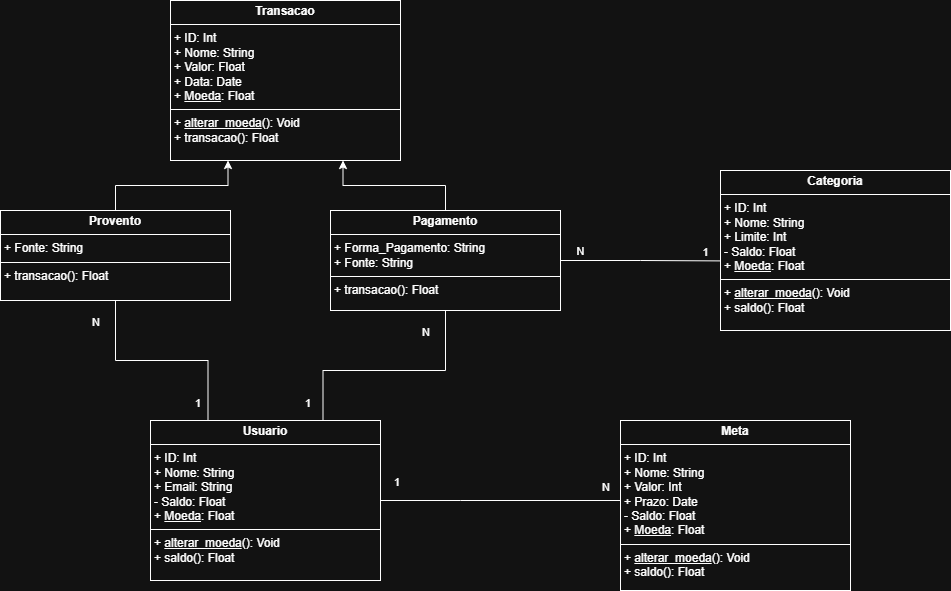
Lucas-Aguiar-Nunes/FinTrack keeps this draw.io diagram as UML.png. Above is the earlier version. Source tidied: cells renumbered, new cells last; positions are measured from the earlier drawing's top-left corner, leaving out a move shared by most shapes.
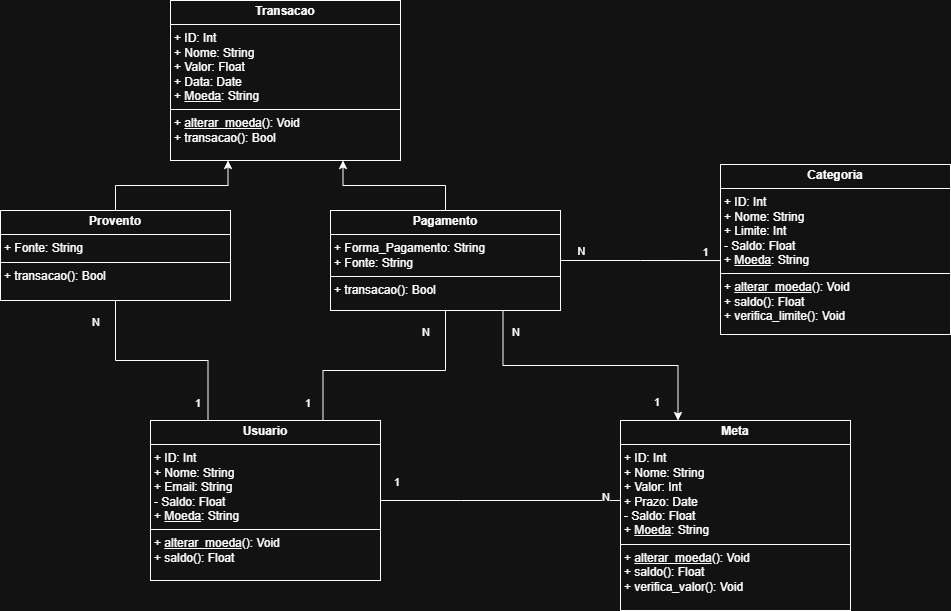
The same diagram one commit later.

Diff of the diagram source:
```diff
@@ -2,25 +2,28 @@
   <root>
     <mxCell id="0" />
     <mxCell id="1" parent="0" />
-    <mxCell id="2" value="&lt;p style=&quot;margin:0px;margin-top:4px;text-align:center;&quot;&gt;&lt;b&gt;Usuario&lt;/b&gt;&lt;/p&gt;&lt;hr size=&quot;1&quot; style=&quot;border-style:solid;&quot;&gt;&lt;p style=&quot;margin:0px;margin-left:4px;&quot;&gt;+ ID: Int&lt;/p&gt;&lt;p style=&quot;margin:0px;margin-left:4px;&quot;&gt;+ Nome: String&lt;/p&gt;&lt;p style=&quot;margin:0px;margin-left:4px;&quot;&gt;&lt;span style=&quot;background-color: transparent; color: light-dark(rgb(0, 0, 0), rgb(255, 255, 255));&quot;&gt;+ Email: String&lt;/span&gt;&lt;/p&gt;&lt;p style=&quot;margin:0px;margin-left:4px;&quot;&gt;- Saldo: Float&lt;/p&gt;&lt;p style=&quot;margin:0px;margin-left:4px;&quot;&gt;+ &lt;u&gt;Moeda&lt;/u&gt;: Float&lt;/p&gt;&lt;hr size=&quot;1&quot; style=&quot;border-style:solid;&quot;&gt;&lt;p style=&quot;margin:0px;margin-left:4px;&quot;&gt;+ &lt;u&gt;alterar_moeda&lt;/u&gt;(): Void&lt;/p&gt;&lt;p style=&quot;margin:0px;margin-left:4px;&quot;&gt;+ saldo(): Float&lt;/p&gt;" style="verticalAlign=top;align=left;overflow=fill;html=1;whiteSpace=wrap;" parent="1" vertex="1">
+    <mxCell id="2" value="&lt;p style=&quot;margin:0px;margin-top:4px;text-align:center;&quot;&gt;&lt;b&gt;Usuario&lt;/b&gt;&lt;/p&gt;&lt;hr size=&quot;1&quot; style=&quot;border-style:solid;&quot;&gt;&lt;p style=&quot;margin:0px;margin-left:4px;&quot;&gt;+ ID: Int&lt;/p&gt;&lt;p style=&quot;margin:0px;margin-left:4px;&quot;&gt;+ Nome: String&lt;/p&gt;&lt;p style=&quot;margin:0px;margin-left:4px;&quot;&gt;&lt;span style=&quot;background-color: transparent; color: light-dark(rgb(0, 0, 0), rgb(255, 255, 255));&quot;&gt;+ Email: String&lt;/span&gt;&lt;/p&gt;&lt;p style=&quot;margin:0px;margin-left:4px;&quot;&gt;- Saldo: Float&lt;/p&gt;&lt;p style=&quot;margin:0px;margin-left:4px;&quot;&gt;+ &lt;u&gt;Moeda&lt;/u&gt;: String&lt;/p&gt;&lt;hr size=&quot;1&quot; style=&quot;border-style:solid;&quot;&gt;&lt;p style=&quot;margin:0px;margin-left:4px;&quot;&gt;+ &lt;u&gt;alterar_moeda&lt;/u&gt;(): Void&lt;/p&gt;&lt;p style=&quot;margin:0px;margin-left:4px;&quot;&gt;+ saldo(): Float&lt;/p&gt;" style="verticalAlign=top;align=left;overflow=fill;html=1;whiteSpace=wrap;" parent="1" vertex="1">
       <mxGeometry x="150" y="420" width="230" height="160" as="geometry" />
     </mxCell>
-    <mxCell id="3" value="&lt;p style=&quot;margin:0px;margin-top:4px;text-align:center;&quot;&gt;&lt;b&gt;Categoria&lt;/b&gt;&lt;/p&gt;&lt;hr size=&quot;1&quot; style=&quot;border-style:solid;&quot;&gt;&lt;p style=&quot;margin:0px;margin-left:4px;&quot;&gt;+ ID: Int&lt;/p&gt;&lt;p style=&quot;margin:0px;margin-left:4px;&quot;&gt;+ Nome: String&lt;/p&gt;&lt;p style=&quot;margin:0px;margin-left:4px;&quot;&gt;+ Limite: Int&lt;/p&gt;&lt;p style=&quot;margin:0px;margin-left:4px;&quot;&gt;- Saldo: Float&lt;/p&gt;&lt;p style=&quot;margin:0px;margin-left:4px;&quot;&gt;+&amp;nbsp;&lt;u&gt;Moeda&lt;/u&gt;: Float&lt;/p&gt;&lt;hr size=&quot;1&quot; style=&quot;border-style:solid;&quot;&gt;&lt;p style=&quot;margin: 0px 0px 0px 4px;&quot;&gt;+&amp;nbsp;&lt;u&gt;alterar_moeda&lt;/u&gt;(): Void&lt;/p&gt;&lt;p style=&quot;margin: 0px 0px 0px 4px;&quot;&gt;+ saldo(): Float&lt;/p&gt;&lt;div&gt;&lt;br&gt;&lt;/div&gt;" style="verticalAlign=top;align=left;overflow=fill;html=1;whiteSpace=wrap;" parent="1" vertex="1">
-      <mxGeometry x="720" y="170" width="230" height="160" as="geometry" />
+    <mxCell id="3" value="&lt;p style=&quot;margin:0px;margin-top:4px;text-align:center;&quot;&gt;&lt;b&gt;Categoria&lt;/b&gt;&lt;/p&gt;&lt;hr size=&quot;1&quot; style=&quot;border-style:solid;&quot;&gt;&lt;p style=&quot;margin:0px;margin-left:4px;&quot;&gt;+ ID: Int&lt;/p&gt;&lt;p style=&quot;margin:0px;margin-left:4px;&quot;&gt;+ Nome: String&lt;/p&gt;&lt;p style=&quot;margin:0px;margin-left:4px;&quot;&gt;+ Limite: Int&lt;/p&gt;&lt;p style=&quot;margin:0px;margin-left:4px;&quot;&gt;- Saldo: Float&lt;/p&gt;&lt;p style=&quot;margin:0px;margin-left:4px;&quot;&gt;+&amp;nbsp;&lt;u&gt;Moeda&lt;/u&gt;: String&lt;/p&gt;&lt;hr size=&quot;1&quot; style=&quot;border-style:solid;&quot;&gt;&lt;p style=&quot;margin: 0px 0px 0px 4px;&quot;&gt;+&amp;nbsp;&lt;u&gt;alterar_moeda&lt;/u&gt;(): Void&lt;/p&gt;&lt;p style=&quot;margin: 0px 0px 0px 4px;&quot;&gt;+ saldo(): Float&lt;/p&gt;&lt;p style=&quot;margin: 0px 0px 0px 4px;&quot;&gt;+ verifica_limite(): Void&lt;/p&gt;&lt;div&gt;&lt;br&gt;&lt;/div&gt;" style="verticalAlign=top;align=left;overflow=fill;html=1;whiteSpace=wrap;" parent="1" vertex="1">
+      <mxGeometry x="720" y="164" width="230" height="170" as="geometry" />
     </mxCell>
     <mxCell id="4" style="edgeStyle=orthogonalEdgeStyle;rounded=0;jettySize=auto;html=1;exitX=0.5;exitY=0;exitDx=0;exitDy=0;entryX=0.25;entryY=1;entryDx=0;entryDy=0;" parent="1" edge="1" source="5" target="18">
       <mxGeometry relative="1" as="geometry" />
     </mxCell>
-    <mxCell id="5" value="&lt;p style=&quot;margin:0px;margin-top:4px;text-align:center;&quot;&gt;&lt;b&gt;Provento&lt;/b&gt;&lt;/p&gt;&lt;hr size=&quot;1&quot; style=&quot;border-style:solid;&quot;&gt;&lt;p style=&quot;margin:0px;margin-left:4px;&quot;&gt;&lt;span style=&quot;background-color: transparent; color: light-dark(rgb(0, 0, 0), rgb(255, 255, 255));&quot;&gt;+ Fonte: String&lt;/span&gt;&lt;/p&gt;&lt;hr size=&quot;1&quot; style=&quot;border-style:solid;&quot;&gt;&lt;p style=&quot;margin:0px;margin-left:4px;&quot;&gt;&lt;span style=&quot;background-color: transparent; color: light-dark(rgb(0, 0, 0), rgb(255, 255, 255));&quot;&gt;+ transacao(): Float&lt;/span&gt;&lt;/p&gt;" style="verticalAlign=top;align=left;overflow=fill;html=1;whiteSpace=wrap;" parent="1" vertex="1">
+    <mxCell id="5" value="&lt;p style=&quot;margin:0px;margin-top:4px;text-align:center;&quot;&gt;&lt;b&gt;Provento&lt;/b&gt;&lt;/p&gt;&lt;hr size=&quot;1&quot; style=&quot;border-style:solid;&quot;&gt;&lt;p style=&quot;margin:0px;margin-left:4px;&quot;&gt;&lt;span style=&quot;background-color: transparent; color: light-dark(rgb(0, 0, 0), rgb(255, 255, 255));&quot;&gt;+ Fonte: String&lt;/span&gt;&lt;/p&gt;&lt;hr size=&quot;1&quot; style=&quot;border-style:solid;&quot;&gt;&lt;p style=&quot;margin:0px;margin-left:4px;&quot;&gt;&lt;span style=&quot;background-color: transparent; color: light-dark(rgb(0, 0, 0), rgb(255, 255, 255));&quot;&gt;+ transacao():&amp;nbsp;&lt;/span&gt;&lt;span style=&quot;background-color: transparent; color: light-dark(rgb(0, 0, 0), rgb(255, 255, 255));&quot;&gt;Bool&lt;/span&gt;&lt;/p&gt;" style="verticalAlign=top;align=left;overflow=fill;html=1;whiteSpace=wrap;" parent="1" vertex="1">
       <mxGeometry y="210" width="230" height="90" as="geometry" />
     </mxCell>
-    <mxCell id="6" value="&lt;p style=&quot;margin:0px;margin-top:4px;text-align:center;&quot;&gt;&lt;b&gt;Meta&lt;/b&gt;&lt;/p&gt;&lt;hr size=&quot;1&quot; style=&quot;border-style:solid;&quot;&gt;&lt;p style=&quot;margin:0px;margin-left:4px;&quot;&gt;+ ID: Int&lt;/p&gt;&lt;p style=&quot;margin:0px;margin-left:4px;&quot;&gt;+ Nome: String&lt;/p&gt;&lt;p style=&quot;margin:0px;margin-left:4px;&quot;&gt;+ Valor: Int&lt;/p&gt;&lt;p style=&quot;margin:0px;margin-left:4px;&quot;&gt;+ Prazo: Date&lt;/p&gt;&lt;p style=&quot;margin:0px;margin-left:4px;&quot;&gt;- Saldo: Float&lt;/p&gt;&lt;p style=&quot;margin:0px;margin-left:4px;&quot;&gt;+&amp;nbsp;&lt;u&gt;Moeda&lt;/u&gt;: Float&lt;/p&gt;&lt;hr size=&quot;1&quot; style=&quot;border-style:solid;&quot;&gt;&lt;p style=&quot;margin: 0px 0px 0px 4px;&quot;&gt;+&amp;nbsp;&lt;u&gt;alterar_moeda&lt;/u&gt;(): Void&lt;/p&gt;&lt;p style=&quot;margin: 0px 0px 0px 4px;&quot;&gt;+ saldo(): Float&lt;/p&gt;&lt;div&gt;&lt;br&gt;&lt;/div&gt;" style="verticalAlign=top;align=left;overflow=fill;html=1;whiteSpace=wrap;" parent="1" vertex="1">
-      <mxGeometry x="620" y="420" width="230" height="170" as="geometry" />
+    <mxCell id="6" value="&lt;p style=&quot;margin:0px;margin-top:4px;text-align:center;&quot;&gt;&lt;b&gt;Meta&lt;/b&gt;&lt;/p&gt;&lt;hr size=&quot;1&quot; style=&quot;border-style:solid;&quot;&gt;&lt;p style=&quot;margin:0px;margin-left:4px;&quot;&gt;+ ID: Int&lt;/p&gt;&lt;p style=&quot;margin:0px;margin-left:4px;&quot;&gt;+ Nome: String&lt;/p&gt;&lt;p style=&quot;margin:0px;margin-left:4px;&quot;&gt;+ Valor: Int&lt;/p&gt;&lt;p style=&quot;margin:0px;margin-left:4px;&quot;&gt;+ Prazo: Date&lt;/p&gt;&lt;p style=&quot;margin:0px;margin-left:4px;&quot;&gt;- Saldo: Float&lt;/p&gt;&lt;p style=&quot;margin:0px;margin-left:4px;&quot;&gt;+&amp;nbsp;&lt;u&gt;Moeda&lt;/u&gt;:&amp;nbsp;&lt;span style=&quot;background-color: transparent; color: light-dark(rgb(0, 0, 0), rgb(255, 255, 255));&quot;&gt;String&lt;/span&gt;&lt;/p&gt;&lt;hr size=&quot;1&quot; style=&quot;border-style:solid;&quot;&gt;&lt;p style=&quot;margin: 0px 0px 0px 4px;&quot;&gt;+&amp;nbsp;&lt;u&gt;alterar_moeda&lt;/u&gt;(): Void&lt;/p&gt;&lt;p style=&quot;margin: 0px 0px 0px 4px;&quot;&gt;+ saldo(): Float&lt;/p&gt;&lt;p style=&quot;margin: 0px 0px 0px 4px;&quot;&gt;+ verifica_valor(): Void&lt;/p&gt;&lt;div&gt;&lt;br&gt;&lt;/div&gt;&lt;div&gt;&lt;br&gt;&lt;/div&gt;" style="verticalAlign=top;align=left;overflow=fill;html=1;whiteSpace=wrap;" parent="1" vertex="1">
+      <mxGeometry x="620" y="420" width="230" height="190" as="geometry" />
     </mxCell>
     <mxCell id="7" style="edgeStyle=orthogonalEdgeStyle;rounded=0;jettySize=auto;html=1;exitX=0.5;exitY=0;exitDx=0;exitDy=0;entryX=0.75;entryY=1;entryDx=0;entryDy=0;" parent="1" edge="1" source="8" target="18">
       <mxGeometry relative="1" as="geometry" />
     </mxCell>
+    <mxCell id="22" style="edgeStyle=orthogonalEdgeStyle;rounded=0;jettySize=auto;html=1;exitX=0.75;exitY=1;exitDx=0;exitDy=0;entryX=0.25;entryY=0;entryDx=0;entryDy=0;" parent="1" edge="1" source="8" target="6">
+      <mxGeometry relative="1" as="geometry" />
+    </mxCell>
-    <mxCell id="8" value="&lt;p style=&quot;margin:0px;margin-top:4px;text-align:center;&quot;&gt;&lt;b&gt;Pagamento&lt;/b&gt;&lt;/p&gt;&lt;hr size=&quot;1&quot; style=&quot;border-style:solid;&quot;&gt;&lt;p style=&quot;margin:0px;margin-left:4px;&quot;&gt;&lt;span style=&quot;background-color: transparent; color: light-dark(rgb(0, 0, 0), rgb(255, 255, 255));&quot;&gt;+ Forma_Pagamento: String&lt;/span&gt;&lt;/p&gt;&lt;p style=&quot;margin:0px;margin-left:4px;&quot;&gt;+ Fonte: String&lt;/p&gt;&lt;hr size=&quot;1&quot; style=&quot;border-style:solid;&quot;&gt;&lt;p style=&quot;margin:0px;margin-left:4px;&quot;&gt;&lt;span style=&quot;background-color: transparent; color: light-dark(rgb(0, 0, 0), rgb(255, 255, 255));&quot;&gt;+ transacao(): Float&lt;/span&gt;&lt;/p&gt;" style="verticalAlign=top;align=left;overflow=fill;html=1;whiteSpace=wrap;" parent="1" vertex="1">
+    <mxCell id="8" value="&lt;p style=&quot;margin:0px;margin-top:4px;text-align:center;&quot;&gt;&lt;b&gt;Pagamento&lt;/b&gt;&lt;/p&gt;&lt;hr size=&quot;1&quot; style=&quot;border-style:solid;&quot;&gt;&lt;p style=&quot;margin:0px;margin-left:4px;&quot;&gt;&lt;span style=&quot;background-color: transparent; color: light-dark(rgb(0, 0, 0), rgb(255, 255, 255));&quot;&gt;+ Forma_Pagamento: String&lt;/span&gt;&lt;/p&gt;&lt;p style=&quot;margin:0px;margin-left:4px;&quot;&gt;+ Fonte: String&lt;/p&gt;&lt;hr size=&quot;1&quot; style=&quot;border-style:solid;&quot;&gt;&lt;p style=&quot;margin:0px;margin-left:4px;&quot;&gt;&lt;span style=&quot;background-color: transparent; color: light-dark(rgb(0, 0, 0), rgb(255, 255, 255));&quot;&gt;+ transacao():&amp;nbsp;&lt;/span&gt;&lt;span style=&quot;background-color: transparent; color: light-dark(rgb(0, 0, 0), rgb(255, 255, 255));&quot;&gt;Bool&lt;/span&gt;&lt;/p&gt;" style="verticalAlign=top;align=left;overflow=fill;html=1;whiteSpace=wrap;" parent="1" vertex="1">
       <mxGeometry x="330" y="210" width="230" height="100" as="geometry" />
     </mxCell>
     <mxCell id="9" style="endArrow=none;html=1;edgeStyle=orthogonalEdgeStyle;rounded=0;exitX=0.5;exitY=1;exitDx=0;exitDy=0;entryX=0.75;entryY=0;entryDx=0;entryDy=0;" parent="1" edge="1" source="8" target="2">
@@ -72,7 +75,7 @@
         <mxPoint x="20" y="-10" as="offset" />
       </mxGeometry>
     </mxCell>
-    <mxCell id="18" value="&lt;p style=&quot;margin:0px;margin-top:4px;text-align:center;&quot;&gt;&lt;b&gt;Transacao&lt;/b&gt;&lt;/p&gt;&lt;hr size=&quot;1&quot; style=&quot;border-style:solid;&quot;&gt;&lt;p style=&quot;margin:0px;margin-left:4px;&quot;&gt;+ ID: Int&lt;/p&gt;&lt;p style=&quot;margin:0px;margin-left:4px;&quot;&gt;+ Nome: String&lt;/p&gt;&lt;p style=&quot;margin:0px;margin-left:4px;&quot;&gt;+ Valor: Float&lt;/p&gt;&lt;p style=&quot;margin:0px;margin-left:4px;&quot;&gt;+ Data: Date&lt;/p&gt;&lt;p style=&quot;margin:0px;margin-left:4px;&quot;&gt;+&amp;nbsp;&lt;u&gt;Moeda&lt;/u&gt;: Float&lt;/p&gt;&lt;hr size=&quot;1&quot; style=&quot;border-style:solid;&quot;&gt;&lt;p style=&quot;margin:0px;margin-left:4px;&quot;&gt;+&amp;nbsp;&lt;u&gt;alterar_moeda&lt;/u&gt;(): Void&lt;span style=&quot;background-color: transparent; color: light-dark(rgb(0, 0, 0), rgb(255, 255, 255));&quot;&gt;&lt;/span&gt;&lt;/p&gt;&lt;p style=&quot;margin:0px;margin-left:4px;&quot;&gt;&lt;span style=&quot;background-color: transparent; color: light-dark(rgb(0, 0, 0), rgb(255, 255, 255));&quot;&gt;+ transacao(): Float&lt;/span&gt;&lt;/p&gt;&lt;div&gt;&lt;br&gt;&lt;/div&gt;" style="verticalAlign=top;align=left;overflow=fill;html=1;whiteSpace=wrap;" parent="1" vertex="1">
+    <mxCell id="18" value="&lt;p style=&quot;margin:0px;margin-top:4px;text-align:center;&quot;&gt;&lt;b&gt;Transacao&lt;/b&gt;&lt;/p&gt;&lt;hr size=&quot;1&quot; style=&quot;border-style:solid;&quot;&gt;&lt;p style=&quot;margin:0px;margin-left:4px;&quot;&gt;+ ID: Int&lt;/p&gt;&lt;p style=&quot;margin:0px;margin-left:4px;&quot;&gt;+ Nome: String&lt;/p&gt;&lt;p style=&quot;margin:0px;margin-left:4px;&quot;&gt;+ Valor: Float&lt;/p&gt;&lt;p style=&quot;margin:0px;margin-left:4px;&quot;&gt;+ Data: Date&lt;/p&gt;&lt;p style=&quot;margin:0px;margin-left:4px;&quot;&gt;+&amp;nbsp;&lt;u&gt;Moeda&lt;/u&gt;:&amp;nbsp;&lt;span style=&quot;background-color: transparent; color: light-dark(rgb(0, 0, 0), rgb(255, 255, 255));&quot;&gt;String&lt;/span&gt;&lt;/p&gt;&lt;hr size=&quot;1&quot; style=&quot;border-style:solid;&quot;&gt;&lt;p style=&quot;margin:0px;margin-left:4px;&quot;&gt;+&amp;nbsp;&lt;u&gt;alterar_moeda&lt;/u&gt;(): Void&lt;span style=&quot;background-color: transparent; color: light-dark(rgb(0, 0, 0), rgb(255, 255, 255));&quot;&gt;&lt;/span&gt;&lt;/p&gt;&lt;p style=&quot;margin:0px;margin-left:4px;&quot;&gt;&lt;span style=&quot;background-color: transparent; color: light-dark(rgb(0, 0, 0), rgb(255, 255, 255));&quot;&gt;+ transacao(): Bool&lt;/span&gt;&lt;/p&gt;&lt;div&gt;&lt;br&gt;&lt;/div&gt;" style="verticalAlign=top;align=left;overflow=fill;html=1;whiteSpace=wrap;" parent="1" vertex="1">
       <mxGeometry x="170" width="230" height="160" as="geometry" />
     </mxCell>
     <mxCell id="19" style="edgeStyle=orthogonalEdgeStyle;rounded=0;jettySize=auto;html=1;exitX=1;exitY=0.5;exitDx=0;exitDy=0;entryX=-0.002;entryY=0.565;entryDx=0;entryDy=0;entryPerimeter=0;endArrow=none;startFill=0;" parent="1" edge="1" source="8" target="3">
@@ -88,5 +91,11 @@
         <mxPoint x="124" y="1" as="offset" />
       </mxGeometry>
     </mxCell>
+    <mxCell id="23" value="1" style="edgeLabel;html=1;align=right;verticalAlign=bottom;" parent="1" vertex="1">
+      <mxGeometry x="660" y="410" as="geometry" />
+    </mxCell>
+    <mxCell id="24" value="N" style="edgeLabel;html=1;align=left;verticalAlign=bottom;" parent="1" vertex="1">
+      <mxGeometry x="510" y="340" as="geometry" />
+    </mxCell>
   </root>
 </mxGraphModel>
```
